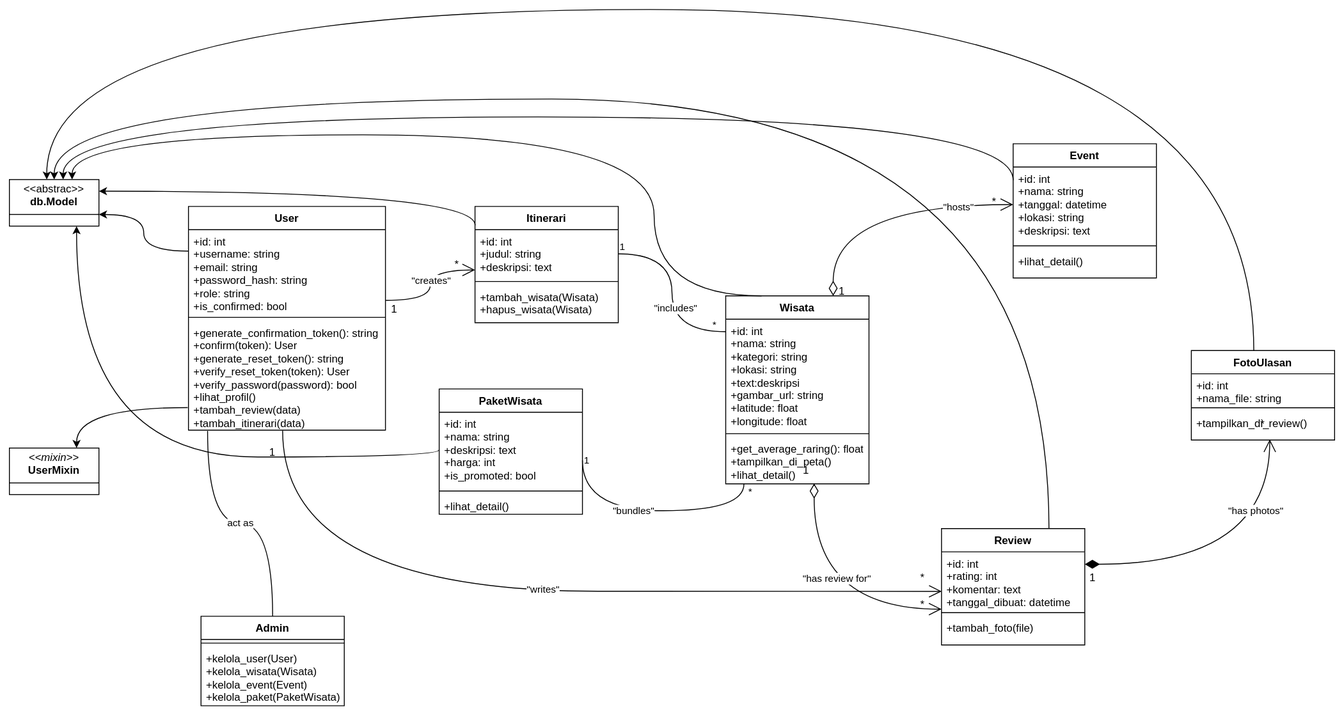
The draw.io diagram assets/architecture/class_diagrams/classdiagram.svg in 0xPutri/Lelana.id, before a commit. Source tidied: cells renumbered, new cells last; positions are measured from the earlier drawing's top-left corner, leaving out a move shared by most shapes.
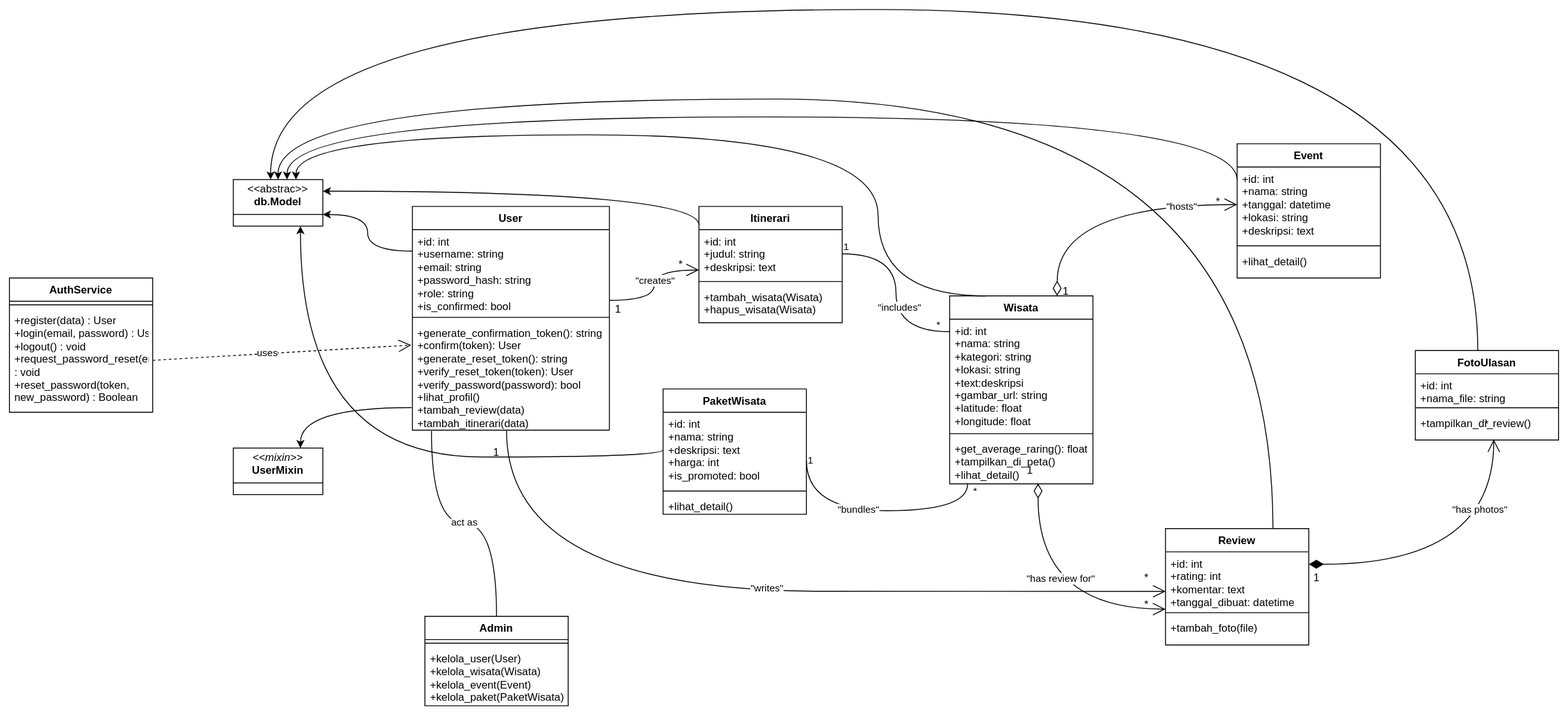
The same file after the commit.

Commit message:
fix: replace get_or_404 with session.scalar in paket routes

Change to the diagram source:
```diff
@@ -273,5 +273,20 @@
     <mxCell id="72" value="act as" style="edgeLabel;html=1;align=center;verticalAlign=middle;" parent="71" vertex="1">
       <mxGeometry x="-0.01" y="1" relative="1" as="geometry" />
     </mxCell>
+    <mxCell id="73" value="AuthService" style="swimlane;fontStyle=1;align=center;verticalAlign=top;horizontal=1;startSize=26;whiteSpace=wrap;html=1;" parent="1" vertex="1">
+      <mxGeometry x="-250" y="300" width="160" height="150" as="geometry" />
+    </mxCell>
+    <mxCell id="74" style="line;strokeWidth=1;fillColor=none;align=left;verticalAlign=middle;spacingTop=-1;spacingLeft=3;spacingRight=3;labelPosition=right;strokeColor=inherit;" parent="73" vertex="1">
+      <mxGeometry y="26" width="160" height="8" as="geometry" />
+    </mxCell>
+    <mxCell id="75" value="+register(data) : User&lt;div&gt;+login(email, password) : User&lt;/div&gt;&lt;div&gt;+logout() : void&lt;/div&gt;&lt;div&gt;+request_password_reset(email) : void&lt;/div&gt;&lt;div&gt;+reset_password(token, new_password) : Boolean&lt;/div&gt;" style="text;strokeColor=none;fillColor=none;align=left;verticalAlign=top;spacingLeft=4;spacingRight=4;overflow=hidden;points=[[0,0.5],[1,0.5]];portConstraint=eastwest;whiteSpace=wrap;html=1;" parent="73" vertex="1">
+      <mxGeometry y="34" width="160" height="116" as="geometry" />
+    </mxCell>
+    <mxCell id="76" style="endArrow=open;endSize=12;dashed=1;html=1;rounded=0;exitX=1;exitY=0.5;exitDx=0;exitDy=0;entryX=-0.006;entryY=0.221;entryDx=0;entryDy=0;entryPerimeter=0;" parent="1" edge="1" source="75" target="5">
+      <mxGeometry relative="1" as="geometry" />
+    </mxCell>
+    <mxCell id="77" value="uses" style="edgeLabel;html=1;align=center;verticalAlign=middle;" parent="76" vertex="1">
+      <mxGeometry x="-0.12" y="1" relative="1" as="geometry" />
+    </mxCell>
   </root>
 </mxGraphModel>
```
